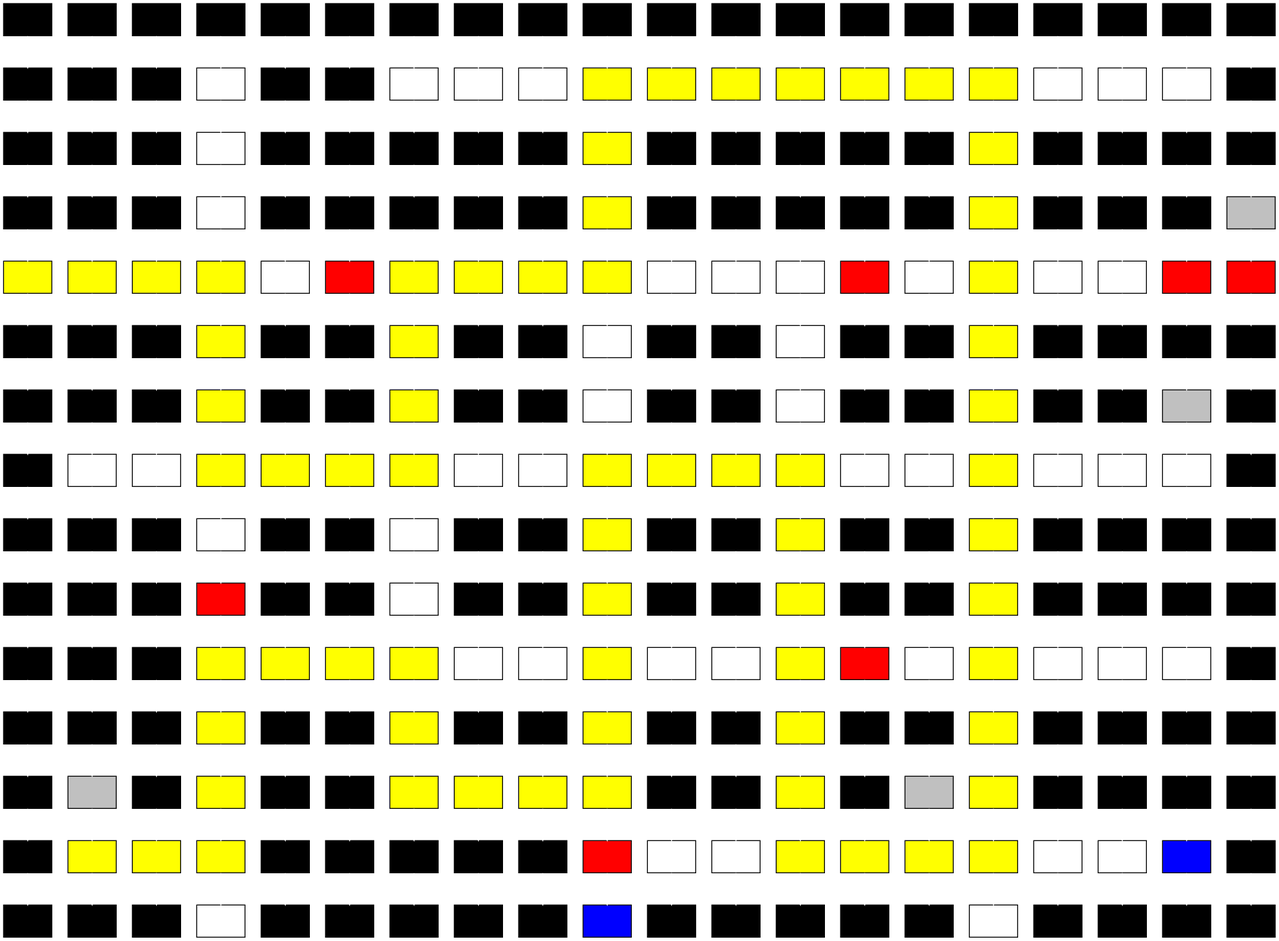
Above: grafica.png in RamiroTelles/IPC2_Proyecto2_202010044 (Graphviz), before the change. Its source is kept beside it as grafica.dot.
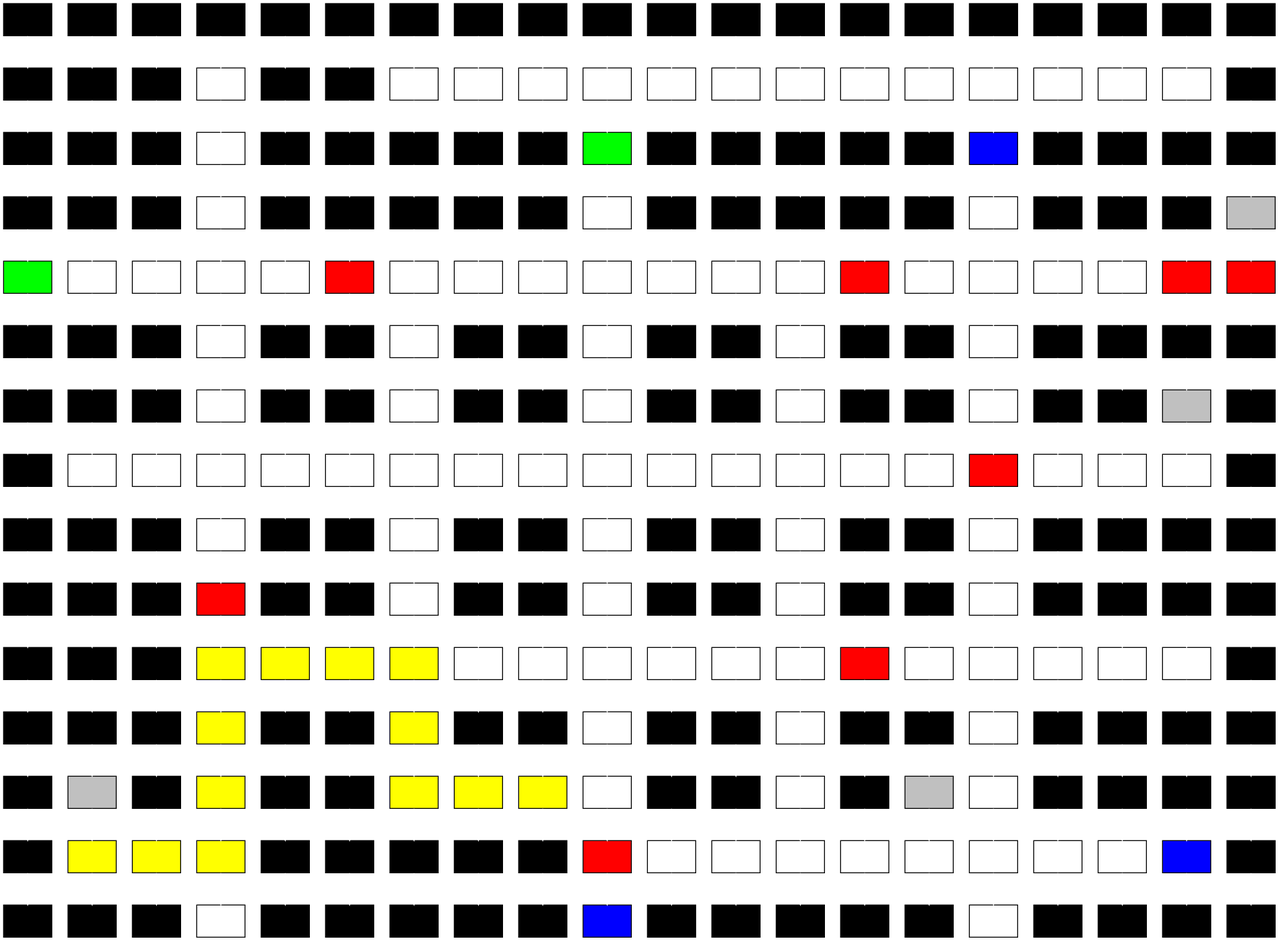
Above is the later version.

Diff of the diagram source:
```diff
@@ -35,13 +35,13 @@
 nodo1_6[label="", group=6, fillcolor=white]
 nodo1_7[label="", group=7, fillcolor=white]
 nodo1_8[label="", group=8, fillcolor=white]
-nodo1_9[label="", group=9, fillcolor=yellow]
-nodo1_10[label="", group=10, fillcolor=yellow]
-nodo1_11[label="", group=11, fillcolor=yellow]
-nodo1_12[label="", group=12, fillcolor=yellow]
-nodo1_13[label="", group=13, fillcolor=yellow]
-nodo1_14[label="", group=14, fillcolor=yellow]
-nodo1_15[label="", group=15, fillcolor=yellow]
+nodo1_9[label="", group=9, fillcolor=white]
+nodo1_10[label="", group=10, fillcolor=white]
+nodo1_11[label="", group=11, fillcolor=white]
+nodo1_12[label="", group=12, fillcolor=white]
+nodo1_13[label="", group=13, fillcolor=white]
+nodo1_14[label="", group=14, fillcolor=white]
+nodo1_15[label="", group=15, fillcolor=white]
 nodo1_16[label="", group=16, fillcolor=white]
 nodo1_17[label="", group=17, fillcolor=white]
 nodo1_18[label="", group=18, fillcolor=white]
@@ -57,13 +57,13 @@
 nodo2_6[label="", group=6, fillcolor=black]
 nodo2_7[label="", group=7, fillcolor=black]
 nodo2_8[label="", group=8, fillcolor=black]
-nodo2_9[label="", group=9, fillcolor=yellow]
+nodo2_9[label="", group=9, fillcolor=green]
 nodo2_10[label="", group=10, fillcolor=black]
 nodo2_11[label="", group=11, fillcolor=black]
 nodo2_12[label="", group=12, fillcolor=black]
 nodo2_13[label="", group=13, fillcolor=black]
 nodo2_14[label="", group=14, fillcolor=black]
-nodo2_15[label="", group=15, fillcolor=yellow]
+nodo2_15[label="", group=15, fillcolor=blue]
 nodo2_16[label="", group=16, fillcolor=black]
 nodo2_17[label="", group=17, fillcolor=black]
 nodo2_18[label="", group=18, fillcolor=black]
@@ -79,35 +79,35 @@
 nodo3_6[label="", group=6, fillcolor=black]
 nodo3_7[label="", group=7, fillcolor=black]
 nodo3_8[label="", group=8, fillcolor=black]
-nodo3_9[label="", group=9, fillcolor=yellow]
+nodo3_9[label="", group=9, fillcolor=white]
 nodo3_10[label="", group=10, fillcolor=black]
 nodo3_11[label="", group=11, fillcolor=black]
 nodo3_12[label="", group=12, fillcolor=black]
 nodo3_13[label="", group=13, fillcolor=black]
 nodo3_14[label="", group=14, fillcolor=black]
-nodo3_15[label="", group=15, fillcolor=yellow]
+nodo3_15[label="", group=15, fillcolor=white]
 nodo3_16[label="", group=16, fillcolor=black]
 nodo3_17[label="", group=17, fillcolor=black]
 nodo3_18[label="", group=18, fillcolor=black]
 nodo3_19[label="", group=19, fillcolor=gray]
 
 
-nodo4_0[label="", group=0, fillcolor=yellow]
-nodo4_1[label="", group=1, fillcolor=yellow]
-nodo4_2[label="", group=2, fillcolor=yellow]
-nodo4_3[label="", group=3, fillcolor=yellow]
+nodo4_0[label="", group=0, fillcolor=green]
+nodo4_1[label="", group=1, fillcolor=white]
+nodo4_2[label="", group=2, fillcolor=white]
+nodo4_3[label="", group=3, fillcolor=white]
 nodo4_4[label="", group=4, fillcolor=white]
 nodo4_5[label="", group=5, fillcolor=red]
-nodo4_6[label="", group=6, fillcolor=yellow]
-nodo4_7[label="", group=7, fillcolor=yellow]
-nodo4_8[label="", group=8, fillcolor=yellow]
-nodo4_9[label="", group=9, fillcolor=yellow]
+nodo4_6[label="", group=6, fillcolor=white]
+nodo4_7[label="", group=7, fillcolor=white]
+nodo4_8[label="", group=8, fillcolor=white]
+nodo4_9[label="", group=9, fillcolor=white]
 nodo4_10[label="", group=10, fillcolor=white]
 nodo4_11[label="", group=11, fillcolor=white]
 nodo4_12[label="", group=12, fillcolor=white]
 nodo4_13[label="", group=13, fillcolor=red]
 nodo4_14[label="", group=14, fillcolor=white]
-nodo4_15[label="", group=15, fillcolor=yellow]
+nodo4_15[label="", group=15, fillcolor=white]
 nodo4_16[label="", group=16, fillcolor=white]
 nodo4_17[label="", group=17, fillcolor=white]
 nodo4_18[label="", group=18, fillcolor=red]
@@ -117,10 +117,10 @@
 nodo5_0[label="", group=0, fillcolor=black]
 nodo5_1[label="", group=1, fillcolor=black]
 nodo5_2[label="", group=2, fillcolor=black]
-nodo5_3[label="", group=3, fillcolor=yellow]
+nodo5_3[label="", group=3, fillcolor=white]
 nodo5_4[label="", group=4, fillcolor=black]
 nodo5_5[label="", group=5, fillcolor=black]
-nodo5_6[label="", group=6, fillcolor=yellow]
+nodo5_6[label="", group=6, fillcolor=white]
 nodo5_7[label="", group=7, fillcolor=black]
 nodo5_8[label="", group=8, fillcolor=black]
 nodo5_9[label="", group=9, fillcolor=white]
@@ -129,7 +129,7 @@
 nodo5_12[label="", group=12, fillcolor=white]
 nodo5_13[label="", group=13, fillcolor=black]
 nodo5_14[label="", group=14, fillcolor=black]
-nodo5_15[label="", group=15, fillcolor=yellow]
+nodo5_15[label="", group=15, fillcolor=white]
 nodo5_16[label="", group=16, fillcolor=black]
 nodo5_17[label="", group=17, fillcolor=black]
 nodo5_18[label="", group=18, fillcolor=black]
@@ -139,10 +139,10 @@
 nodo6_0[label="", group=0, fillcolor=black]
 nodo6_1[label="", group=1, fillcolor=black]
 nodo6_2[label="", group=2, fillcolor=black]
-nodo6_3[label="", group=3, fillcolor=yellow]
+nodo6_3[label="", group=3, fillcolor=white]
 nodo6_4[label="", group=4, fillcolor=black]
 nodo6_5[label="", group=5, fillcolor=black]
-nodo6_6[label="", group=6, fillcolor=yellow]
+nodo6_6[label="", group=6, fillcolor=white]
 nodo6_7[label="", group=7, fillcolor=black]
 nodo6_8[label="", group=8, fillcolor=black]
 nodo6_9[label="", group=9, fillcolor=white]
@@ -151,7 +151,7 @@
 nodo6_12[label="", group=12, fillcolor=white]
 nodo6_13[label="", group=13, fillcolor=black]
 nodo6_14[label="", group=14, fillcolor=black]
-nodo6_15[label="", group=15, fillcolor=yellow]
+nodo6_15[label="", group=15, fillcolor=white]
 nodo6_16[label="", group=16, fillcolor=black]
 nodo6_17[label="", group=17, fillcolor=black]
 nodo6_18[label="", group=18, fillcolor=gray]
@@ -161,19 +161,19 @@
 nodo7_0[label="", group=0, fillcolor=black]
 nodo7_1[label="", group=1, fillcolor=white]
 nodo7_2[label="", group=2, fillcolor=white]
-nodo7_3[label="", group=3, fillcolor=yellow]
-nodo7_4[label="", group=4, fillcolor=yellow]
-nodo7_5[label="", group=5, fillcolor=yellow]
-nodo7_6[label="", group=6, fillcolor=yellow]
+nodo7_3[label="", group=3, fillcolor=white]
+nodo7_4[label="", group=4, fillcolor=white]
+nodo7_5[label="", group=5, fillcolor=white]
+nodo7_6[label="", group=6, fillcolor=white]
 nodo7_7[label="", group=7, fillcolor=white]
 nodo7_8[label="", group=8, fillcolor=white]
-nodo7_9[label="", group=9, fillcolor=yellow]
-nodo7_10[label="", group=10, fillcolor=yellow]
-nodo7_11[label="", group=11, fillcolor=yellow]
-nodo7_12[label="", group=12, fillcolor=yellow]
+nodo7_9[label="", group=9, fillcolor=white]
+nodo7_10[label="", group=10, fillcolor=white]
+nodo7_11[label="", group=11, fillcolor=white]
+nodo7_12[label="", group=12, fillcolor=white]
 nodo7_13[label="", group=13, fillcolor=white]
 nodo7_14[label="", group=14, fillcolor=white]
-nodo7_15[label="", group=15, fillcolor=yellow]
+nodo7_15[label="", group=15, fillcolor=red]
 nodo7_16[label="", group=16, fillcolor=white]
 nodo7_17[label="", group=17, fillcolor=white]
 nodo7_18[label="", group=18, fillcolor=white]
@@ -189,13 +189,13 @@
 nodo8_6[label="", group=6, fillcolor=white]
 nodo8_7[label="", group=7, fillcolor=black]
 nodo8_8[label="", group=8, fillcolor=black]
-nodo8_9[label="", group=9, fillcolor=yellow]
+nodo8_9[label="", group=9, fillcolor=white]
 nodo8_10[label="", group=10, fillcolor=black]
 nodo8_11[label="", group=11, fillcolor=black]
-nodo8_12[label="", group=12, fillcolor=yellow]
+nodo8_12[label="", group=12, fillcolor=white]
 nodo8_13[label="", group=13, fillcolor=black]
 nodo8_14[label="", group=14, fillcolor=black]
-nodo8_15[label="", group=15, fillcolor=yellow]
+nodo8_15[label="", group=15, fillcolor=white]
 nodo8_16[label="", group=16, fillcolor=black]
 nodo8_17[label="", group=17, fillcolor=black]
 nodo8_18[label="", group=18, fillcolor=black]
@@ -211,13 +211,13 @@
 nodo9_6[label="", group=6, fillcolor=white]
 nodo9_7[label="", group=7, fillcolor=black]
 nodo9_8[label="", group=8, fillcolor=black]
-nodo9_9[label="", group=9, fillcolor=yellow]
+nodo9_9[label="", group=9, fillcolor=white]
 nodo9_10[label="", group=10, fillcolor=black]
 nodo9_11[label="", group=11, fillcolor=black]
-nodo9_12[label="", group=12, fillcolor=yellow]
+nodo9_12[label="", group=12, fillcolor=white]
 nodo9_13[label="", group=13, fillcolor=black]
 nodo9_14[label="", group=14, fillcolor=black]
-nodo9_15[label="", group=15, fillcolor=yellow]
+nodo9_15[label="", group=15, fillcolor=white]
 nodo9_16[label="", group=16, fillcolor=black]
 nodo9_17[label="", group=17, fillcolor=black]
 nodo9_18[label="", group=18, fillcolor=black]
@@ -233,13 +233,13 @@
 nodo10_6[label="", group=6, fillcolor=yellow]
 nodo10_7[label="", group=7, fillcolor=white]
 nodo10_8[label="", group=8, fillcolor=white]
-nodo10_9[label="", group=9, fillcolor=yellow]
+nodo10_9[label="", group=9, fillcolor=white]
 nodo10_10[label="", group=10, fillcolor=white]
 nodo10_11[label="", group=11, fillcolor=white]
-nodo10_12[label="", group=12, fillcolor=yellow]
+nodo10_12[label="", group=12, fillcolor=white]
 nodo10_13[label="", group=13, fillcolor=red]
 nodo10_14[label="", group=14, fillcolor=white]
-nodo10_15[label="", group=15, fillcolor=yellow]
+nodo10_15[label="", group=15, fillcolor=white]
 nodo10_16[label="", group=16, fillcolor=white]
 nodo10_17[label="", group=17, fillcolor=white]
 nodo10_18[label="", group=18, fillcolor=white]
@@ -255,13 +255,13 @@
 nodo11_6[label="", group=6, fillcolor=yellow]
 nodo11_7[label="", group=7, fillcolor=black]
 nodo11_8[label="", group=8, fillcolor=black]
-nodo11_9[label="", group=9, fillcolor=yellow]
+nodo11_9[label="", group=9, fillcolor=white]
 nodo11_10[label="", group=10, fillcolor=black]
 nodo11_11[label="", group=11, fillcolor=black]
-nodo11_12[label="", group=12, fillcolor=yellow]
+nodo11_12[label="", group=12, fillcolor=white]
 nodo11_13[label="", group=13, fillcolor=black]
 nodo11_14[label="", group=14, fillcolor=black]
-nodo11_15[label="", group=15, fillcolor=yellow]
+nodo11_15[label="", group=15, fillcolor=white]
 nodo11_16[label="", group=16, fillcolor=black]
 nodo11_17[label="", group=17, fillcolor=black]
 nodo11_18[label="", group=18, fillcolor=black]
@@ -277,13 +277,13 @@
 nodo12_6[label="", group=6, fillcolor=yellow]
 nodo12_7[label="", group=7, fillcolor=yellow]
 nodo12_8[label="", group=8, fillcolor=yellow]
-nodo12_9[label="", group=9, fillcolor=yellow]
+nodo12_9[label="", group=9, fillcolor=white]
 nodo12_10[label="", group=10, fillcolor=black]
 nodo12_11[label="", group=11, fillcolor=black]
-nodo12_12[label="", group=12, fillcolor=yellow]
+nodo12_12[label="", group=12, fillcolor=white]
 nodo12_13[label="", group=13, fillcolor=black]
 nodo12_14[label="", group=14, fillcolor=gray]
-nodo12_15[label="", group=15, fillcolor=yellow]
+nodo12_15[label="", group=15, fillcolor=white]
 nodo12_16[label="", group=16, fillcolor=black]
 nodo12_17[label="", group=17, fillcolor=black]
 nodo12_18[label="", group=18, fillcolor=black]
@@ -302,10 +302,10 @@
 nodo13_9[label="", group=9, fillcolor=red]
 nodo13_10[label="", group=10, fillcolor=white]
 nodo13_11[label="", group=11, fillcolor=white]
-nodo13_12[label="", group=12, fillcolor=yellow]
-nodo13_13[label="", group=13, fillcolor=yellow]
-nodo13_14[label="", group=14, fillcolor=yellow]
-nodo13_15[label="", group=15, fillcolor=yellow]
+nodo13_12[label="", group=12, fillcolor=white]
+nodo13_13[label="", group=13, fillcolor=white]
+nodo13_14[label="", group=14, fillcolor=white]
+nodo13_15[label="", group=15, fillcolor=white]
 nodo13_16[label="", group=16, fillcolor=white]
 nodo13_17[label="", group=17, fillcolor=white]
 nodo13_18[label="", group=18, fillcolor=blue]
```
